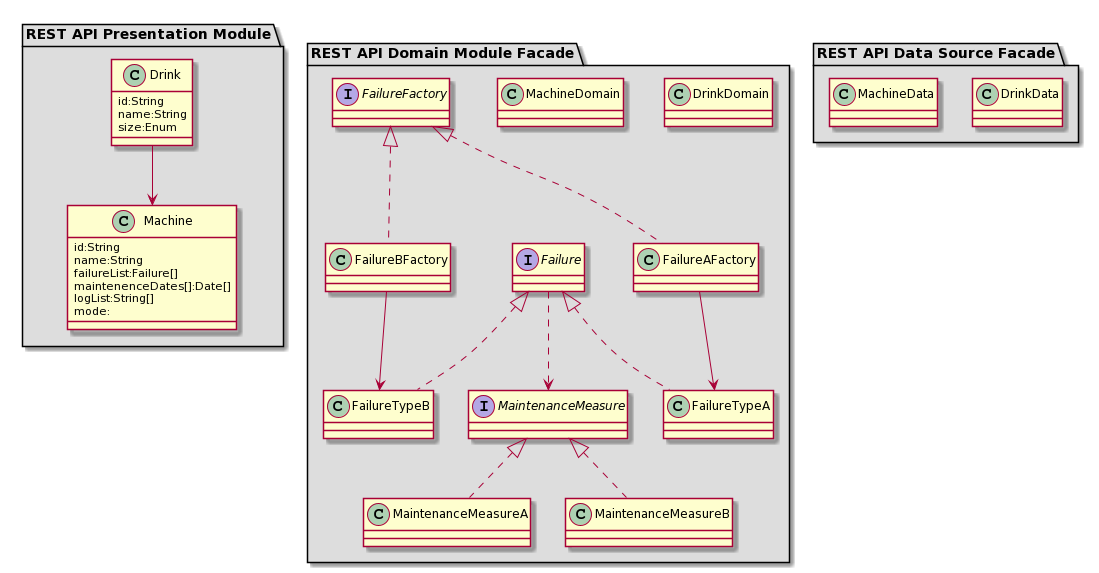
dgruninger97/Project keeps this PlantUML diagram as docs/images/RESTAPIDomain.png. Above is the earlier version.
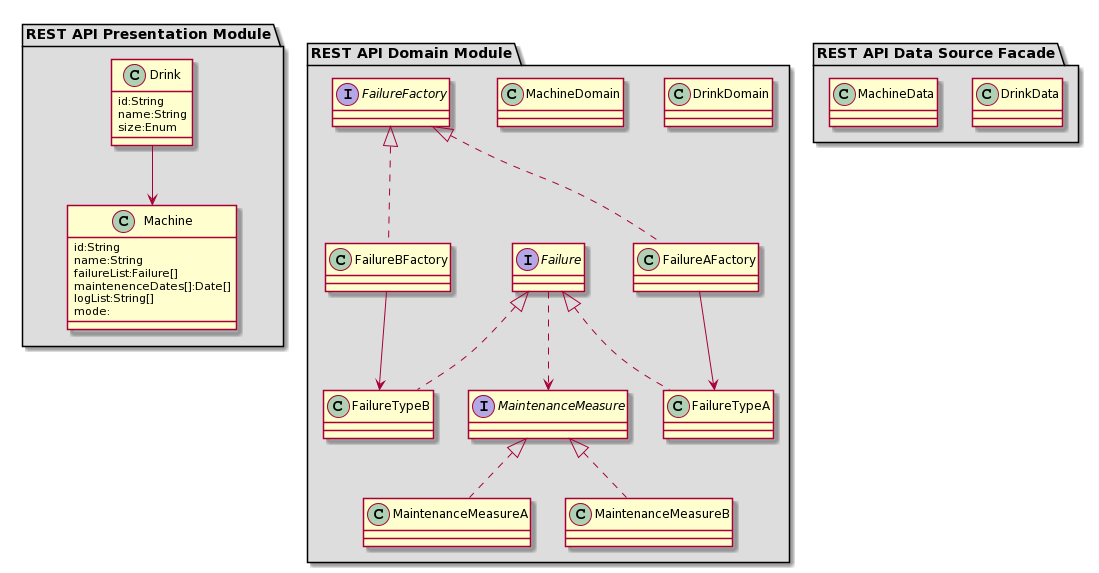
After the commit.

Commit message:
Fininshing ADD Iteration 2

What changed in the source:
```diff
@@ -15,7 +15,7 @@
  }
  Drink --> Machine
 }
-package "REST API Domain Module Facade" #DDDDDD {
+package "REST API Domain Module" #DDDDDD {
  class DrinkDomain{
  }
  class MachineDomain{
```
